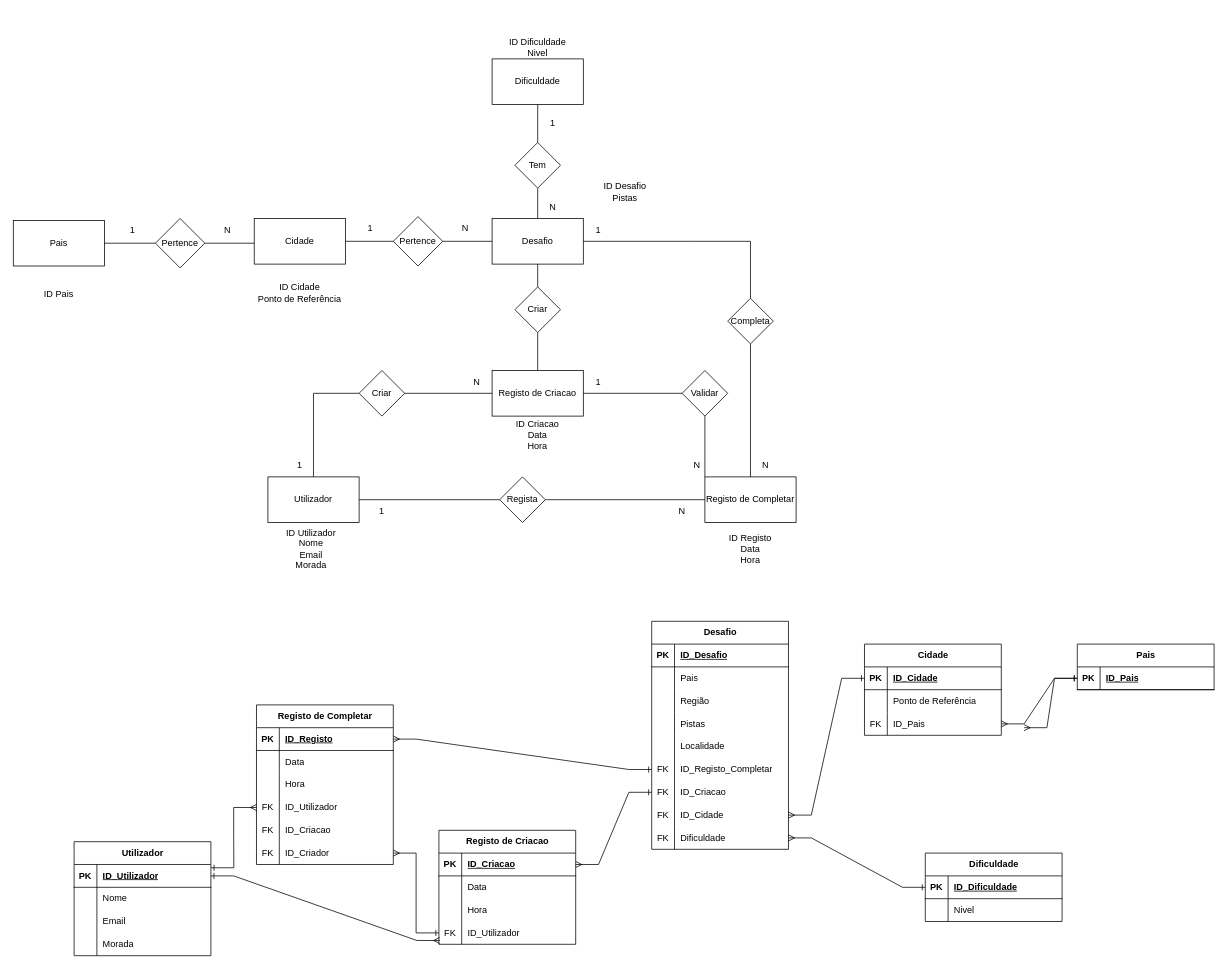
GoncaloPereira97/CESAE_Softdev_PRT_1023 keeps this draw.io diagram as Ex_04_TrabalhoGrupo.drawio. Above is the earlier version. Source tidied: cells renumbered, new cells numbered last; positions are measured from the earlier drawing's top-left corner, leaving out a move shared by most shapes. Both pictures are drawn from the tidied source at 76%, with x=0, y=0 at pixel (13, 13).
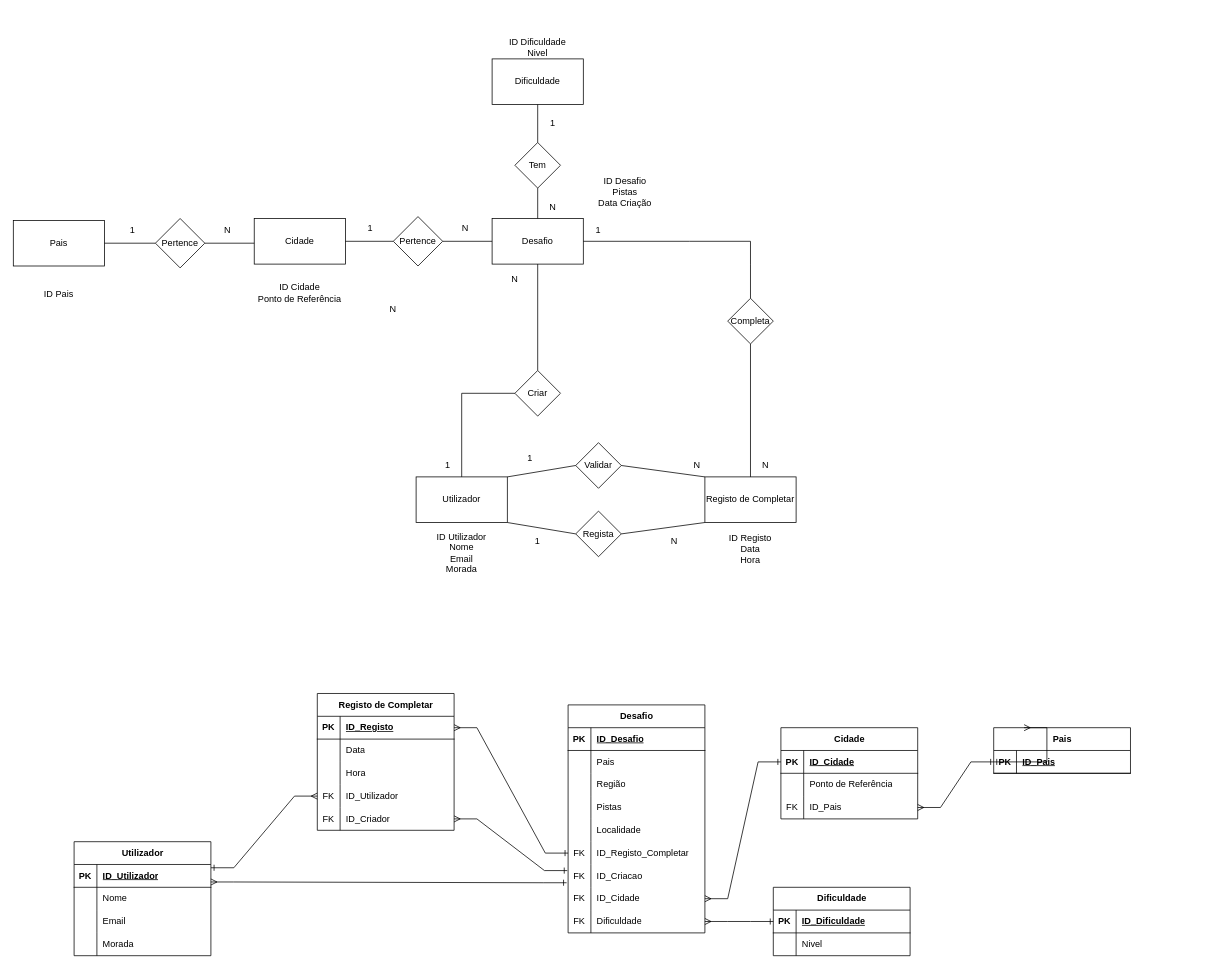
Above is the later version.

The change refers to these unchanged cells:
```xml
<mxCell id="2" value="Registo de Completar" style="rounded=0;whiteSpace=wrap;html=1;" parent="1" vertex="1">
  <mxGeometry x="910" y="610" width="120" height="60" as="geometry" />
</mxCell>
<mxCell id="5" value="Desafio" style="rounded=0;whiteSpace=wrap;html=1;" parent="1" vertex="1">
  <mxGeometry x="630" y="270" width="120" height="60" as="geometry" />
</mxCell>
<mxCell id="36" style="shape=tableRow;horizontal=0;startSize=0;swimlaneHead=0;swimlaneBody=0;fillColor=none;top=0;left=0;right=0;bottom=0;" parent="23" vertex="1">
  <mxGeometry y="150" width="180" height="30" as="geometry" />
</mxCell>
<mxCell id="43" style="shape=tableRow;horizontal=0;startSize=0;swimlaneHead=0;swimlaneBody=0;fillColor=none;points=[[0,0.5],[1,0.5]];portConstraint=eastwest;top=0;left=0;right=0;bottom=1;" parent="42" vertex="1">
  <mxGeometry y="30" width="180" height="30" as="geometry" />
</mxCell>
<mxCell id="50" style="shape=tableRow;horizontal=0;startSize=0;swimlaneHead=0;swimlaneBody=0;fillColor=none;points=[[0,0.5],[1,0.5]];portConstraint=eastwest;top=0;left=0;right=0;bottom=1;" parent="49" vertex="1">
  <mxGeometry y="30" width="180" height="30" as="geometry" />
</mxCell>
<mxCell id="113" style="shape=tableRow;horizontal=0;startSize=0;swimlaneHead=0;swimlaneBody=0;fillColor=none;points=[[0,0.5],[1,0.5]];portConstraint=eastwest;top=0;left=0;right=0;bottom=1;" parent="112" vertex="1">
  <mxGeometry y="30" width="180" height="30" as="geometry" />
</mxCell>
<mxCell id="123" style="shape=tableRow;horizontal=0;startSize=0;swimlaneHead=0;swimlaneBody=0;fillColor=none;points=[[0,0.5],[1,0.5]];portConstraint=eastwest;top=0;left=0;right=0;bottom=1;" parent="122" vertex="1">
  <mxGeometry y="30" width="180" height="30" as="geometry" />
</mxCell>
<mxCell id="150" style="shape=tableRow;horizontal=0;startSize=0;swimlaneHead=0;swimlaneBody=0;fillColor=none;points=[[0,0.5],[1,0.5]];portConstraint=eastwest;top=0;left=0;right=0;bottom=0;" parent="131" vertex="1">
  <mxGeometry y="210" width="180" height="30" as="geometry" />
</mxCell>
<mxCell id="153" style="shape=tableRow;horizontal=0;startSize=0;swimlaneHead=0;swimlaneBody=0;fillColor=none;points=[[0,0.5],[1,0.5]];portConstraint=eastwest;top=0;left=0;right=0;bottom=0;" parent="131" vertex="1">
  <mxGeometry y="240" width="180" height="30" as="geometry" />
</mxCell>
```

What changed in the source:
```diff
@@
     <mxCell id="3" value="Utilizador" style="rounded=0;whiteSpace=wrap;html=1;" parent="1" vertex="1">
-      <mxGeometry x="335" y="610" width="120" height="60" as="geometry" />
+      <mxGeometry x="530" y="610" width="120" height="60" as="geometry" />
     </mxCell>
@@
-    <mxCell id="6" style="endArrow=none;html=1;rounded=0;exitX=1;exitY=0.5;exitDx=0;exitDy=0;entryX=0;entryY=0.5;entryDx=0;entryDy=0;" parent="1" edge="1" source="8" target="2">
+    <mxCell id="6" style="endArrow=none;html=1;rounded=0;exitX=1;exitY=0.5;exitDx=0;exitDy=0;entryX=0;entryY=1;entryDx=0;entryDy=0;" parent="1" edge="1" source="8" target="2">
       <mxGeometry relative="1" as="geometry" />
     </mxCell>
-    <mxCell id="7" style="endArrow=none;html=1;rounded=0;entryX=1;entryY=0.5;entryDx=0;entryDy=0;exitX=0;exitY=0.5;exitDx=0;exitDy=0;" parent="1" edge="1" source="8" target="3">
+    <mxCell id="7" style="endArrow=none;html=1;rounded=0;entryX=1;entryY=1;entryDx=0;entryDy=0;exitX=0;exitY=0.5;exitDx=0;exitDy=0;" parent="1" edge="1" source="8" target="3">
       <mxGeometry relative="1" as="geometry" />
     </mxCell>
     <mxCell id="8" value="Regista" style="rhombus;whiteSpace=wrap;html=1;" parent="1" vertex="1">
-      <mxGeometry x="640" y="610" width="60" height="60" as="geometry" />
+      <mxGeometry x="740" y="655" width="60" height="60" as="geometry" />
     </mxCell>
@@
     <mxCell id="15" value="N" style="text;html=1;strokeColor=none;fillColor=none;align=center;verticalAlign=middle;whiteSpace=wrap;rounded=0;" parent="1" vertex="1">
-      <mxGeometry x="850" y="640" width="60" height="30" as="geometry" />
+      <mxGeometry x="840" y="680" width="60" height="30" as="geometry" />
     </mxCell>
     <mxCell id="16" value="1" style="text;html=1;strokeColor=none;fillColor=none;align=center;verticalAlign=middle;whiteSpace=wrap;rounded=0;" parent="1" vertex="1">
-      <mxGeometry x="455" y="640" width="60" height="30" as="geometry" />
+      <mxGeometry x="660" y="680" width="60" height="30" as="geometry" />
     </mxCell>
@@
     <mxCell id="19" value="ID Utilizador&lt;br&gt;Nome&lt;br&gt;Email&lt;br&gt;Morada&lt;br&gt;" style="text;html=1;strokeColor=none;fillColor=none;align=center;verticalAlign=middle;whiteSpace=wrap;rounded=0;" parent="1" vertex="1">
-      <mxGeometry x="347" y="665.5" width="90" height="79" as="geometry" />
+      <mxGeometry x="545" y="670" width="90" height="79" as="geometry" />
     </mxCell>
@@
-    <mxCell id="21" value="ID Desafio&lt;br&gt;Pistas" style="text;html=1;strokeColor=none;fillColor=none;align=center;verticalAlign=middle;whiteSpace=wrap;rounded=0;" parent="1" vertex="1">
+    <mxCell id="21" value="ID Desafio&lt;br&gt;Pistas&lt;br&gt;Data Criação" style="text;html=1;strokeColor=none;fillColor=none;align=center;verticalAlign=middle;whiteSpace=wrap;rounded=0;" parent="1" vertex="1">
       <mxGeometry x="750" y="200" width="110" height="70" as="geometry" />
     </mxCell>
@@
     <mxCell id="23" value="Registo de Completar" style="shape=table;startSize=30;childLayout=tableLayout;rowLines=0;fontStyle=1;align=center;html=1;" parent="1" vertex="1">
-      <mxGeometry x="320" y="910" width="180" height="210" as="geometry" />
+      <mxGeometry x="400" y="895" width="180" height="180" as="geometry" />
     </mxCell>
@@
-    <mxCell id="37" value="FK" style="shape=partialRectangle;fillColor=none;top=0;left=0;bottom=0;right=0;overflow=hidden;whiteSpace=wrap;html=1;" parent="36" vertex="1">
+    <mxCell id="37" style="shape=partialRectangle;fillColor=none;top=0;left=0;bottom=0;right=0;overflow=hidden;whiteSpace=wrap;html=1;" parent="36" vertex="1">
       <mxGeometry width="30" height="30" as="geometry" />
     </mxCell>
-    <mxCell id="38" value="ID_Criacao" style="shape=partialRectangle;fillColor=none;top=0;left=0;bottom=0;right=0;align=left;spacingLeft=6;overflow=hidden;whiteSpace=wrap;html=1;" parent="36" vertex="1">
+    <mxCell id="38" style="shape=partialRectangle;fillColor=none;top=0;left=0;bottom=0;right=0;align=left;spacingLeft=6;overflow=hidden;whiteSpace=wrap;html=1;" parent="36" vertex="1">
       <mxGeometry x="30" width="150" height="30" as="geometry" />
     </mxCell>
-    <mxCell id="39" style="shape=tableRow;horizontal=0;startSize=0;swimlaneHead=0;swimlaneBody=0;fillColor=none;points=[[0,0.5],[1,0.5]];portConstraint=eastwest;top=0;left=0;right=0;bottom=0;" parent="23" vertex="1">
-      <mxGeometry y="180" width="180" height="30" as="geometry" />
-    </mxCell>
-    <mxCell id="40" value="FK" style="shape=partialRectangle;fillColor=none;top=0;left=0;bottom=0;right=0;overflow=hidden;whiteSpace=wrap;html=1;" parent="39" vertex="1">
-      <mxGeometry width="30" height="30" as="geometry" />
-    </mxCell>
-    <mxCell id="41" value="ID_Criador" style="shape=partialRectangle;fillColor=none;top=0;left=0;bottom=0;right=0;align=left;spacingLeft=6;overflow=hidden;whiteSpace=wrap;html=1;" parent="39" vertex="1">
-      <mxGeometry x="30" width="150" height="30" as="geometry" />
-    </mxCell>
     <mxCell id="42" value="Dificuldade" style="shape=table;startSize=30;childLayout=tableLayout;rowLines=0;fontStyle=1;align=center;html=1;" parent="1" vertex="1">
-      <mxGeometry x="1200" y="1105" width="180" height="90" as="geometry" />
+      <mxGeometry x="1000" y="1150" width="180" height="90" as="geometry" />
     </mxCell>
@@
-    <mxCell id="63" style="edgeStyle=entityRelationEdgeStyle;fontSize=12;html=1;endArrow=ERone;endFill=0;rounded=0;startArrow=ERmany;startFill=0;entryX=1;entryY=0.5;entryDx=0;entryDy=0;exitX=0.006;exitY=0.833;exitDx=0;exitDy=0;exitPerimeter=0;" parent="1" edge="1" source="76" target="50">
-      <mxGeometry relative="1" as="geometry">
-        <Array as="points">
-          <mxPoint x="1330" y="940" />
-        </Array>
-      </mxGeometry>
-    </mxCell>
     <mxCell id="64" style="edgeStyle=entityRelationEdgeStyle;fontSize=12;html=1;endArrow=ERone;endFill=0;rounded=0;startArrow=ERmany;startFill=0;entryX=0;entryY=0.5;entryDx=0;entryDy=0;exitX=1;exitY=0.5;exitDx=0;exitDy=0;" parent="1" edge="1" source="159" target="43">
       <mxGeometry relative="1" as="geometry">
         <Array as="points">
-          <mxPoint x="840" y="1305" />
+          <mxPoint x="730" y="1415" />
         </Array>
       </mxGeometry>
     </mxCell>
-    <mxCell id="65" style="edgeStyle=entityRelationEdgeStyle;fontSize=12;html=1;endArrow=ERone;endFill=0;startArrow=ERmany;startFill=0;entryX=0;entryY=0.5;entryDx=0;entryDy=0;exitX=1;exitY=0.5;exitDx=0;exitDy=0;strokeColor=default;rounded=0;" parent="1" edge="1" source="39" target="76">
-      <mxGeometry relative="1" as="geometry">
-        <Array as="points">
-          <mxPoint x="610" y="1380" />
-          <mxPoint x="730" y="1260" />
-          <mxPoint x="590" y="1280" />
-          <mxPoint x="670" y="1310" />
-          <mxPoint x="670" y="1280" />
-          <mxPoint x="660" y="1210" />
-          <mxPoint x="730" y="1260" />
-          <mxPoint x="740" y="1270" />
-          <mxPoint x="760" y="1270" />
-          <mxPoint x="740" y="1150" />
-          <mxPoint x="780" y="1180" />
-          <mxPoint x="640" y="1240" />
-        </Array>
-      </mxGeometry>
-    </mxCell>
-    <mxCell id="66" value="Registo de Criacao" style="shape=table;startSize=30;childLayout=tableLayout;rowLines=0;fontStyle=1;align=center;html=1;" parent="1" vertex="1">
-      <mxGeometry x="560" y="1075" width="180" height="150" as="geometry" />
-    </mxCell>
-    <mxCell id="67" style="shape=tableRow;horizontal=0;startSize=0;swimlaneHead=0;swimlaneBody=0;fillColor=none;points=[[0,0.5],[1,0.5]];portConstraint=eastwest;top=0;left=0;right=0;bottom=1;" parent="66" vertex="1">
-      <mxGeometry y="30" width="180" height="30" as="geometry" />
-    </mxCell>
-    <mxCell id="68" value="PK" style="shape=partialRectangle;fillColor=none;top=0;left=0;bottom=0;right=0;fontStyle=1;overflow=hidden;whiteSpace=wrap;html=1;" parent="67" vertex="1">
-      <mxGeometry width="30" height="30" as="geometry" />
-    </mxCell>
-    <mxCell id="69" value="ID_Criacao" style="shape=partialRectangle;fillColor=none;top=0;left=0;bottom=0;right=0;align=left;spacingLeft=6;fontStyle=5;overflow=hidden;whiteSpace=wrap;html=1;" parent="67" vertex="1">
-      <mxGeometry x="30" width="150" height="30" as="geometry" />
-    </mxCell>
-    <mxCell id="70" style="shape=tableRow;horizontal=0;startSize=0;swimlaneHead=0;swimlaneBody=0;fillColor=none;top=0;left=0;right=0;bottom=0;" parent="66" vertex="1">
-      <mxGeometry y="60" width="180" height="30" as="geometry" />
-    </mxCell>
-    <mxCell id="71" style="shape=partialRectangle;fillColor=none;top=0;left=0;bottom=0;right=0;overflow=hidden;whiteSpace=wrap;html=1;" parent="70" vertex="1">
-      <mxGeometry width="30" height="30" as="geometry" />
-    </mxCell>
-    <mxCell id="72" value="Data" style="shape=partialRectangle;fillColor=none;top=0;left=0;bottom=0;right=0;align=left;spacingLeft=6;overflow=hidden;whiteSpace=wrap;html=1;" parent="70" vertex="1">
-      <mxGeometry x="30" width="150" height="30" as="geometry" />
-    </mxCell>
-    <mxCell id="73" style="shape=tableRow;horizontal=0;startSize=0;swimlaneHead=0;swimlaneBody=0;fillColor=none;top=0;left=0;right=0;bottom=0;" parent="66" vertex="1">
-      <mxGeometry y="90" width="180" height="30" as="geometry" />
-    </mxCell>
-    <mxCell id="74" style="shape=partialRectangle;fillColor=none;top=0;left=0;bottom=0;right=0;overflow=hidden;whiteSpace=wrap;html=1;" parent="73" vertex="1">
-      <mxGeometry width="30" height="30" as="geometry" />
-    </mxCell>
-    <mxCell id="75" value="Hora" style="shape=partialRectangle;fillColor=none;top=0;left=0;bottom=0;right=0;align=left;spacingLeft=6;overflow=hidden;whiteSpace=wrap;html=1;" parent="73" vertex="1">
-      <mxGeometry x="30" width="150" height="30" as="geometry" />
-    </mxCell>
-    <mxCell id="76" style="shape=tableRow;horizontal=0;startSize=0;swimlaneHead=0;swimlaneBody=0;fillColor=none;points=[[0,0.5],[1,0.5]];portConstraint=eastwest;top=0;left=0;right=0;bottom=0;" parent="66" vertex="1">
-      <mxGeometry y="120" width="180" height="30" as="geometry" />
-    </mxCell>
-    <mxCell id="77" value="FK" style="shape=partialRectangle;fillColor=none;top=0;left=0;bottom=0;right=0;overflow=hidden;whiteSpace=wrap;html=1;" parent="76" vertex="1">
-      <mxGeometry width="30" height="30" as="geometry" />
-    </mxCell>
-    <mxCell id="78" value="ID_Utilizador" style="shape=partialRectangle;fillColor=none;top=0;left=0;bottom=0;right=0;align=left;spacingLeft=6;overflow=hidden;whiteSpace=wrap;html=1;" parent="76" vertex="1">
-      <mxGeometry x="30" width="150" height="30" as="geometry" />
-    </mxCell>
@@
-    <mxCell id="80" style="edgeStyle=entityRelationEdgeStyle;fontSize=12;html=1;endArrow=ERone;endFill=0;rounded=0;startArrow=ERmany;startFill=0;entryX=0;entryY=0.5;entryDx=0;entryDy=0;exitX=1;exitY=0.5;exitDx=0;exitDy=0;" parent="1" edge="1" source="67" target="150">
+    <mxCell id="80" style="edgeStyle=entityRelationEdgeStyle;fontSize=12;html=1;endArrow=ERone;endFill=0;rounded=0;startArrow=ERmany;startFill=0;entryX=-0.011;entryY=0.8;entryDx=0;entryDy=0;entryPerimeter=0;" parent="1" edge="1" target="150">
       <mxGeometry relative="1" as="geometry">
+        <mxPoint x="260" y="1143" as="sourcePoint" />
         <Array as="points">
-          <mxPoint x="1120" y="1545" />
+          <mxPoint x="1010" y="1655" />
         </Array>
       </mxGeometry>
     </mxCell>
-    <mxCell id="81" value="Registo de Criacao" style="rounded=0;whiteSpace=wrap;html=1;" parent="1" vertex="1">
-      <mxGeometry x="630" y="470" width="120" height="60" as="geometry" />
-    </mxCell>
-    <mxCell id="82" style="endArrow=none;html=1;rounded=0;exitX=0;exitY=0.5;exitDx=0;exitDy=0;entryX=1;entryY=0.5;entryDx=0;entryDy=0;" parent="1" edge="1" source="81" target="86">
+    <mxCell id="82" style="endArrow=none;html=1;rounded=0;exitX=0.5;exitY=1;exitDx=0;exitDy=0;entryX=0.5;entryY=0;entryDx=0;entryDy=0;" parent="1" edge="1" source="5" target="86">
       <mxGeometry relative="1" as="geometry" />
     </mxCell>
-    <mxCell id="83" style="endArrow=none;html=1;rounded=0;exitX=0.5;exitY=1;exitDx=0;exitDy=0;entryX=0.5;entryY=0;entryDx=0;entryDy=0;" parent="1" edge="1" source="84" target="81">
-      <mxGeometry relative="1" as="geometry" />
-    </mxCell>
-    <mxCell id="84" value="Criar" style="rhombus;whiteSpace=wrap;html=1;" parent="1" vertex="1">
-      <mxGeometry x="660" y="360" width="60" height="60" as="geometry" />
-    </mxCell>
-    <mxCell id="85" style="endArrow=none;html=1;rounded=0;exitX=0.5;exitY=0;exitDx=0;exitDy=0;entryX=0.5;entryY=1;entryDx=0;entryDy=0;" parent="1" edge="1" source="84" target="5">
-      <mxGeometry relative="1" as="geometry" />
-    </mxCell>
     <mxCell id="86" value="Criar" style="rhombus;whiteSpace=wrap;html=1;rotation=0;" parent="1" vertex="1">
-      <mxGeometry x="455" y="470" width="60" height="60" as="geometry" />
+      <mxGeometry x="660" y="470" width="60" height="60" as="geometry" />
     </mxCell>
     <mxCell id="87" style="endArrow=none;html=1;rounded=0;exitX=0;exitY=0.5;exitDx=0;exitDy=0;entryX=0.5;entryY=0;entryDx=0;entryDy=0;" parent="1" edge="1" source="86" target="3">
       <mxGeometry relative="1" as="geometry">
         <Array as="points">
-          <mxPoint x="395" y="500" />
+          <mxPoint x="590" y="500" />
         </Array>
       </mxGeometry>
     </mxCell>
     <mxCell id="88" value="Validar" style="rhombus;whiteSpace=wrap;html=1;rotation=0;" parent="1" vertex="1">
-      <mxGeometry x="880" y="470" width="60" height="60" as="geometry" />
+      <mxGeometry x="740" y="565" width="60" height="60" as="geometry" />
     </mxCell>
-    <mxCell id="89" style="endArrow=none;html=1;rounded=0;exitX=0;exitY=0.5;exitDx=0;exitDy=0;entryX=1;entryY=0.5;entryDx=0;entryDy=0;" parent="1" edge="1" source="88" target="81">
+    <mxCell id="89" style="endArrow=none;html=1;rounded=0;exitX=0;exitY=0.5;exitDx=0;exitDy=0;entryX=1;entryY=0;entryDx=0;entryDy=0;" parent="1" edge="1" source="88" target="3">
       <mxGeometry relative="1" as="geometry" />
     </mxCell>
-    <mxCell id="90" style="endArrow=none;html=1;rounded=0;entryX=0;entryY=0;entryDx=0;entryDy=0;exitX=0.5;exitY=1;exitDx=0;exitDy=0;" parent="1" edge="1" source="88" target="2">
+    <mxCell id="90" style="endArrow=none;html=1;rounded=0;entryX=0;entryY=0;entryDx=0;entryDy=0;exitX=1;exitY=0.5;exitDx=0;exitDy=0;" parent="1" edge="1" source="88" target="2">
       <mxGeometry relative="1" as="geometry" />
     </mxCell>
@@
-    <mxCell id="92" value="1" style="text;html=1;strokeColor=none;fillColor=none;align=center;verticalAlign=middle;whiteSpace=wrap;rounded=0;" parent="1" vertex="1">
-      <mxGeometry x="740" y="470" width="60" height="30" as="geometry" />
+    <mxCell id="92" value="N" style="text;html=1;strokeColor=none;fillColor=none;align=center;verticalAlign=middle;whiteSpace=wrap;rounded=0;" parent="1" vertex="1">
+      <mxGeometry x="630" y="335" width="60" height="30" as="geometry" />
     </mxCell>
     <mxCell id="93" value="1" style="text;html=1;strokeColor=none;fillColor=none;align=center;verticalAlign=middle;whiteSpace=wrap;rounded=0;" parent="1" vertex="1">
-      <mxGeometry x="347" y="580" width="60" height="30" as="geometry" />
+      <mxGeometry x="542" y="580" width="60" height="30" as="geometry" />
     </mxCell>
     <mxCell id="94" value="N" style="text;html=1;strokeColor=none;fillColor=none;align=center;verticalAlign=middle;whiteSpace=wrap;rounded=0;" parent="1" vertex="1">
-      <mxGeometry x="580" y="470" width="60" height="30" as="geometry" />
+      <mxGeometry x="470" y="375" width="60" height="30" as="geometry" />
     </mxCell>
@@
-    <mxCell id="97" value="ID Criacao&lt;br&gt;Data&lt;br&gt;Hora&lt;br&gt;" style="text;html=1;strokeColor=none;fillColor=none;align=center;verticalAlign=middle;whiteSpace=wrap;rounded=0;" parent="1" vertex="1">
-      <mxGeometry x="635" y="520" width="110" height="70" as="geometry" />
-    </mxCell>
@@
     <mxCell id="112" value="Cidade" style="shape=table;startSize=30;childLayout=tableLayout;rowLines=0;fontStyle=1;align=center;html=1;" parent="1" vertex="1">
-      <mxGeometry x="1120" y="830" width="180" height="120" as="geometry" />
+      <mxGeometry x="1010" y="940" width="180" height="120" as="geometry" />
     </mxCell>
@@
     <mxCell id="122" value="Pais" style="shape=table;startSize=30;childLayout=tableLayout;rowLines=0;fontStyle=1;align=center;html=1;" parent="1" vertex="1">
-      <mxGeometry x="1400" y="830" width="180" height="60" as="geometry" />
+      <mxGeometry x="1290" y="940" width="180" height="60" as="geometry" />
     </mxCell>
@@
     <mxCell id="127" style="shape=tableRow;horizontal=0;startSize=0;swimlaneHead=0;swimlaneBody=0;fillColor=none;points=[[0,0.5],[1,0.5]];portConstraint=eastwest;top=0;left=0;right=0;bottom=0;" parent="1" vertex="1">
-      <mxGeometry x="1120" y="920" width="180" height="30" as="geometry" />
+      <mxGeometry x="1010" y="1030" width="180" height="30" as="geometry" />
     </mxCell>
@@
     <mxCell id="130" style="edgeStyle=entityRelationEdgeStyle;fontSize=12;html=1;endArrow=ERone;endFill=0;rounded=0;startArrow=ERmany;startFill=0;entryX=0;entryY=0.5;entryDx=0;entryDy=0;exitX=1;exitY=0.5;exitDx=0;exitDy=0;" parent="1" edge="1" source="127" target="123">
       <mxGeometry relative="1" as="geometry">
         <Array as="points">
-          <mxPoint x="1140" y="1225" />
+          <mxPoint x="1030" y="1335" />
         </Array>
       </mxGeometry>
     </mxCell>
     <mxCell id="131" value="Desafio" style="shape=table;startSize=30;childLayout=tableLayout;rowLines=0;fontStyle=1;align=center;html=1;" parent="1" vertex="1">
-      <mxGeometry x="840" y="800" width="180" height="300" as="geometry" />
+      <mxGeometry x="730" y="910" width="180" height="300" as="geometry" />
     </mxCell>
@@
     <mxCell id="159" style="shape=tableRow;horizontal=0;startSize=0;swimlaneHead=0;swimlaneBody=0;fillColor=none;points=[[0,0.5],[1,0.5]];portConstraint=eastwest;top=0;left=0;right=0;bottom=0;" parent="1" vertex="1">
-      <mxGeometry x="840" y="1070" width="180" height="30" as="geometry" />
+      <mxGeometry x="730" y="1180" width="180" height="30" as="geometry" />
     </mxCell>
@@
     <mxCell id="162" style="edgeStyle=entityRelationEdgeStyle;fontSize=12;html=1;endArrow=ERone;endFill=0;rounded=0;startArrow=ERmany;startFill=0;entryX=0;entryY=0.5;entryDx=0;entryDy=0;exitX=1;exitY=0.5;exitDx=0;exitDy=0;" parent="1" edge="1" source="153" target="113">
       <mxGeometry relative="1" as="geometry">
         <Array as="points">
-          <mxPoint x="1150" y="1235" />
+          <mxPoint x="1040" y="1345" />
         </Array>
       </mxGeometry>
     </mxCell>
+    <mxCell id="163" value="1" style="text;html=1;strokeColor=none;fillColor=none;align=center;verticalAlign=middle;whiteSpace=wrap;rounded=0;" parent="1" vertex="1">
+      <mxGeometry x="650" y="570" width="60" height="30" as="geometry" />
+    </mxCell>
+    <mxCell id="164" style="shape=tableRow;horizontal=0;startSize=0;swimlaneHead=0;swimlaneBody=0;fillColor=none;top=0;left=0;right=0;bottom=0;" parent="1" vertex="1">
+      <mxGeometry x="410" y="1085" width="180" height="30" as="geometry" />
+    </mxCell>
+    <mxCell id="41" value="ID_Criador" style="shape=partialRectangle;fillColor=none;top=0;left=0;bottom=0;right=0;align=left;spacingLeft=6;overflow=hidden;whiteSpace=wrap;html=1;" parent="1" vertex="1">
+      <mxGeometry x="430" y="1045" width="150" height="30" as="geometry" />
+    </mxCell>
+    <mxCell id="165" value="FK" style="shape=partialRectangle;fillColor=none;top=0;left=0;bottom=0;right=0;overflow=hidden;whiteSpace=wrap;html=1;" parent="1" vertex="1">
+      <mxGeometry x="400" y="1045" width="30" height="30" as="geometry" />
+    </mxCell>
+    <mxCell id="166" style="edgeStyle=entityRelationEdgeStyle;fontSize=12;html=1;endArrow=ERone;endFill=0;rounded=0;startArrow=ERmany;startFill=0;entryX=-0.006;entryY=0.267;entryDx=0;entryDy=0;entryPerimeter=0;" parent="1" edge="1" target="150">
+      <mxGeometry relative="1" as="geometry">
+        <mxPoint x="580" y="1060" as="sourcePoint" />
+        <Array as="points">
+          <mxPoint x="460" y="1180" />
+          <mxPoint x="50" y="1120" />
+        </Array>
+      </mxGeometry>
+    </mxCell>
```
